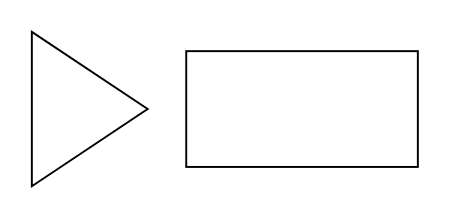
Earlier version of the draw.io diagram 未命名表单.drawio (oncealong/restartApp). Source tidied: cells renumbered, new cells numbered last; positions are measured from the earlier drawing's top-left corner, leaving out a move shared by most shapes. Both pictures are drawn from the tidied source at 193%, with x=0, y=0 at pixel (31, 31).
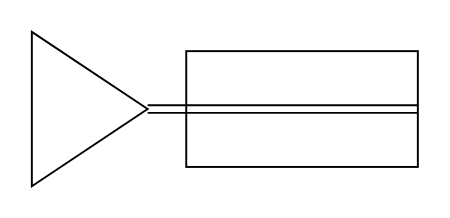
After the change.

Commit message (it also covers changes not shown here):
更新未命名表单.drawio

Diff of the diagram source:
```diff
@@
 <mxGraphModel>
   <root>
     <mxCell id="0" />
     <mxCell id="1" parent="0" />
     <mxCell id="2" style="rounded=0;whiteSpace=wrap;html=1;" parent="1" vertex="1">
       <mxGeometry x="80" y="10" width="120" height="60" as="geometry" />
     </mxCell>
     <mxCell id="3" style="triangle;whiteSpace=wrap;html=1;" parent="1" vertex="1">
       <mxGeometry width="60" height="80" as="geometry" />
     </mxCell>
+    <mxCell id="4" style="shape=link;html=1;exitX=1;exitY=0.5;exitDx=0;exitDy=0;entryX=1;entryY=0.5;entryDx=0;entryDy=0;" parent="1" edge="1" source="3" target="2">
+      <mxGeometry relative="1" as="geometry" />
+    </mxCell>
   </root>
 </mxGraphModel>
```
